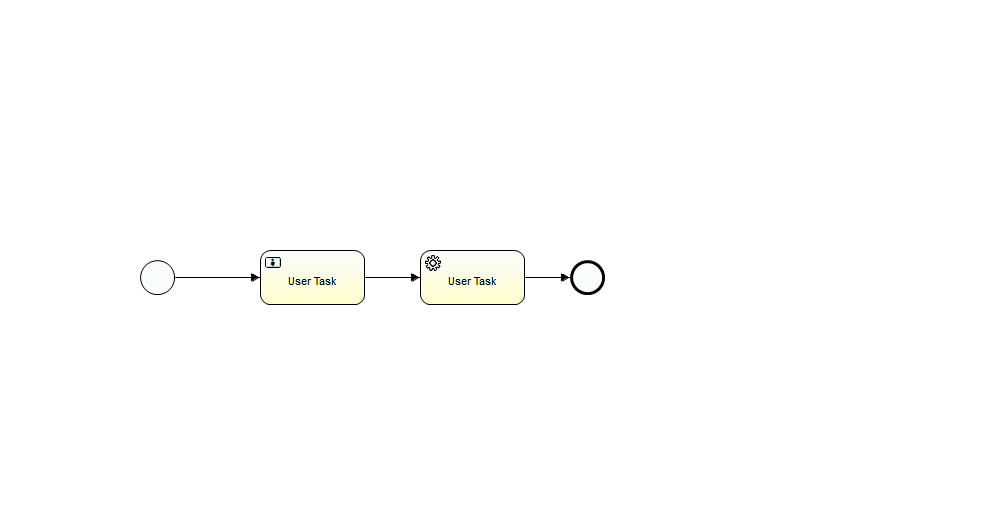
Before: src/main/resources/activiti/diagrams/MyProcess.png, a diagram exported from BPMN (caojia1990/bpm). Its source is kept beside it as src/main/resources/activiti/diagrams/MyProcess.bpmn. Ids are renumbered.
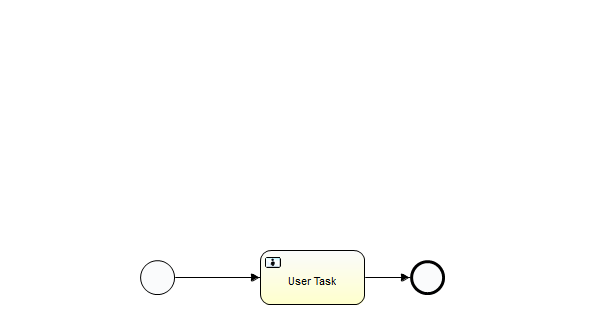
Later version of the same file.

What changed in the source:
```diff
@@ -3,10 +3,8 @@
     <startEvent id="startevent1" name="Start"></startEvent>
     <userTask id="usertask1" name="User Task"></userTask>
     <sequenceFlow id="flow1" sourceRef="startevent1" targetRef="usertask1"></sequenceFlow>
-    <sequenceFlow id="flow3" sourceRef="usertask1" targetRef="servicetask1"></sequenceFlow>
-    <endEvent id="endevent1" name="End"></endEvent>
-    <sequenceFlow id="flow4" sourceRef="servicetask1" targetRef="endevent1"></sequenceFlow>
-    <serviceTask id="servicetask1" name="User Task"></serviceTask>
+    <endEvent id="endevent3" name="End"></endEvent>
+    <sequenceFlow id="flow2" sourceRef="usertask1" targetRef="endevent3"></sequenceFlow>
   </process>
   <bpmndi:BPMNDiagram id="BPMNDiagram_myProcess">
     <bpmndi:BPMNPlane bpmnElement="myProcess" id="BPMNPlane_myProcess">
@@ -16,23 +14,16 @@
       <bpmndi:BPMNShape bpmnElement="usertask1" id="BPMNShape_usertask1">
         <omgdc:Bounds height="55.0" width="105.0" x="260.0" y="250.0"></omgdc:Bounds>
       </bpmndi:BPMNShape>
-      <bpmndi:BPMNShape bpmnElement="endevent1" id="BPMNShape_endevent1">
-        <omgdc:Bounds height="35.0" width="35.0" x="570.0" y="260.0"></omgdc:Bounds>
-      </bpmndi:BPMNShape>
-      <bpmndi:BPMNShape bpmnElement="servicetask1" id="BPMNShape_servicetask1">
-        <omgdc:Bounds height="55.0" width="105.0" x="420.0" y="250.0"></omgdc:Bounds>
+      <bpmndi:BPMNShape bpmnElement="endevent3" id="BPMNShape_endevent3">
+        <omgdc:Bounds height="35.0" width="35.0" x="410.0" y="260.0"></omgdc:Bounds>
       </bpmndi:BPMNShape>
       <bpmndi:BPMNEdge bpmnElement="flow1" id="BPMNEdge_flow1">
         <omgdi:waypoint x="175.0" y="277.0"></omgdi:waypoint>
         <omgdi:waypoint x="260.0" y="277.0"></omgdi:waypoint>
       </bpmndi:BPMNEdge>
-      <bpmndi:BPMNEdge bpmnElement="flow3" id="BPMNEdge_flow3">
+      <bpmndi:BPMNEdge bpmnElement="flow2" id="BPMNEdge_flow2">
         <omgdi:waypoint x="365.0" y="277.0"></omgdi:waypoint>
-        <omgdi:waypoint x="420.0" y="277.0"></omgdi:waypoint>
-      </bpmndi:BPMNEdge>
-      <bpmndi:BPMNEdge bpmnElement="flow4" id="BPMNEdge_flow4">
-        <omgdi:waypoint x="525.0" y="277.0"></omgdi:waypoint>
-        <omgdi:waypoint x="570.0" y="277.0"></omgdi:waypoint>
+        <omgdi:waypoint x="410.0" y="277.0"></omgdi:waypoint>
       </bpmndi:BPMNEdge>
     </bpmndi:BPMNPlane>
   </bpmndi:BPMNDiagram>
```
